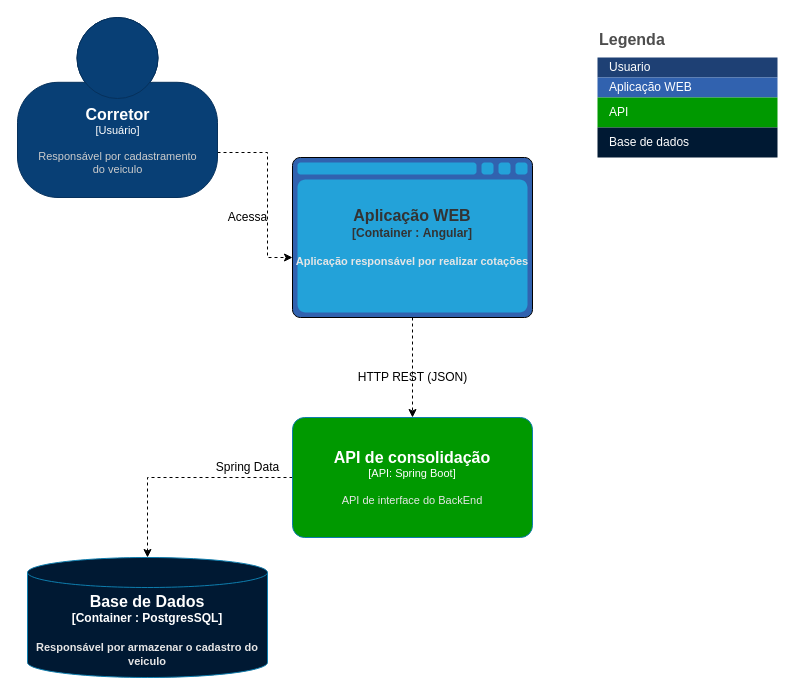
Above: page "Container" (2 of 3) of fleets_seguros.drawio in rickfer8/fleets (draw.io), before the change. Source tidied: cells renumbered, new cells numbered last; positions are measured from the earlier drawing's top-left corner, leaving out a move shared by most shapes. Both pictures are drawn from the tidied source at 100%, with x=0, y=0 at pixel (17, 17).
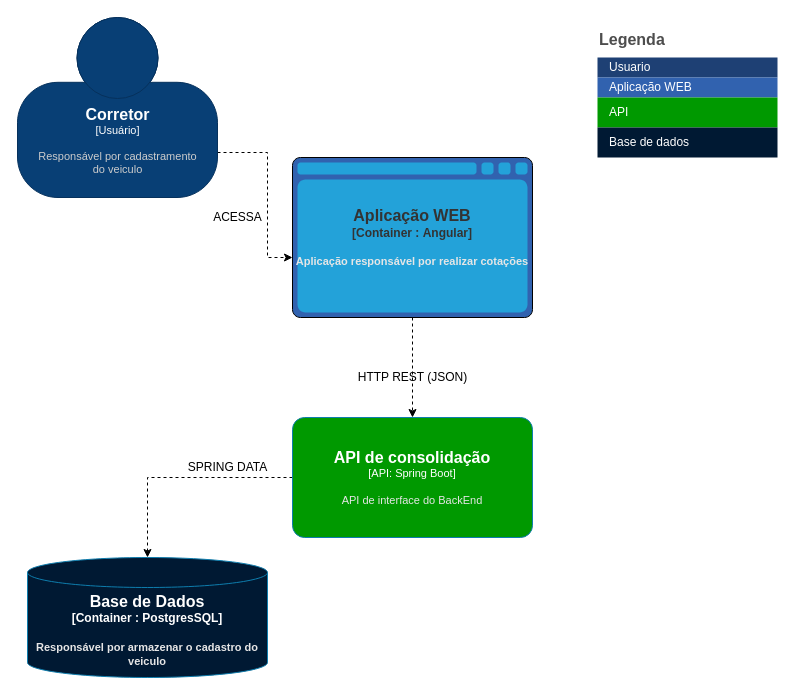
Above is the later version.

Commit message:
Criação do diagrama de codigo.

The edit, as a diff of the source:
```diff
@@
-    <mxCell id="9" value="Acessa" style="text;html=1;align=center;verticalAlign=middle;strokeColor=none;fillColor=none;" parent="1" vertex="1">
-      <mxGeometry x="205" y="190" width="50" height="20" as="geometry" />
+    <mxCell id="9" value="ACESSA" style="text;html=1;align=center;verticalAlign=middle;strokeColor=none;fillColor=none;" parent="1" vertex="1">
+      <mxGeometry x="190" y="190" width="60" height="20" as="geometry" />
     </mxCell>
@@
-    <mxCell id="11" value="Spring Data" style="text;html=1;align=center;verticalAlign=middle;strokeColor=none;fillColor=none;" parent="1" vertex="1">
-      <mxGeometry x="190" y="440" width="80" height="20" as="geometry" />
+    <mxCell id="11" value="SPRING DATA" style="text;html=1;align=center;verticalAlign=middle;strokeColor=none;fillColor=none;" parent="1" vertex="1">
+      <mxGeometry x="160" y="440" width="100" height="20" as="geometry" />
     </mxCell>
```
